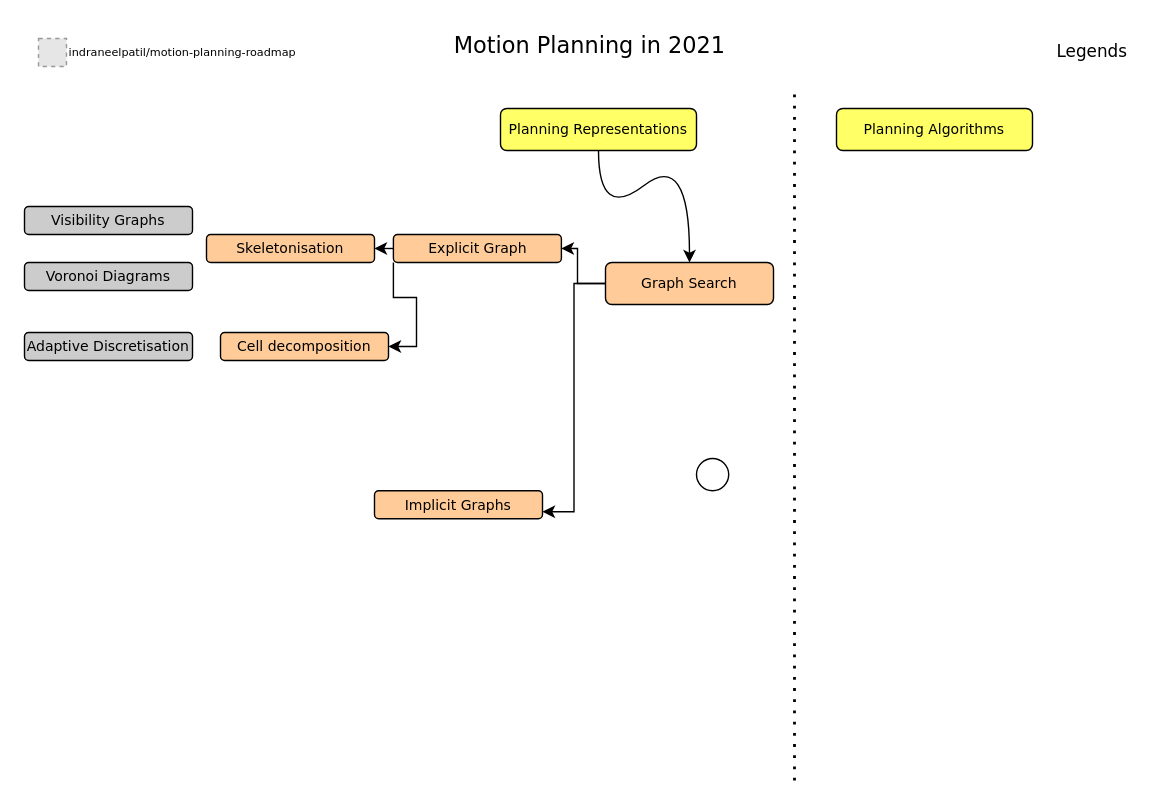
Earlier version of the draw.io diagram Untitled Diagram.drawio (indraneelpatil/motion-planning-roadmap). Source tidied: cells renumbered, new cells numbered last; positions are measured from the earlier drawing's top-left corner, leaving out a move shared by most shapes. Both pictures are drawn from the tidied source at 140%, with x=0, y=0 at pixel (24, 24). Pictures stored in the file or linked from it are replaced by grey dashed boxes.
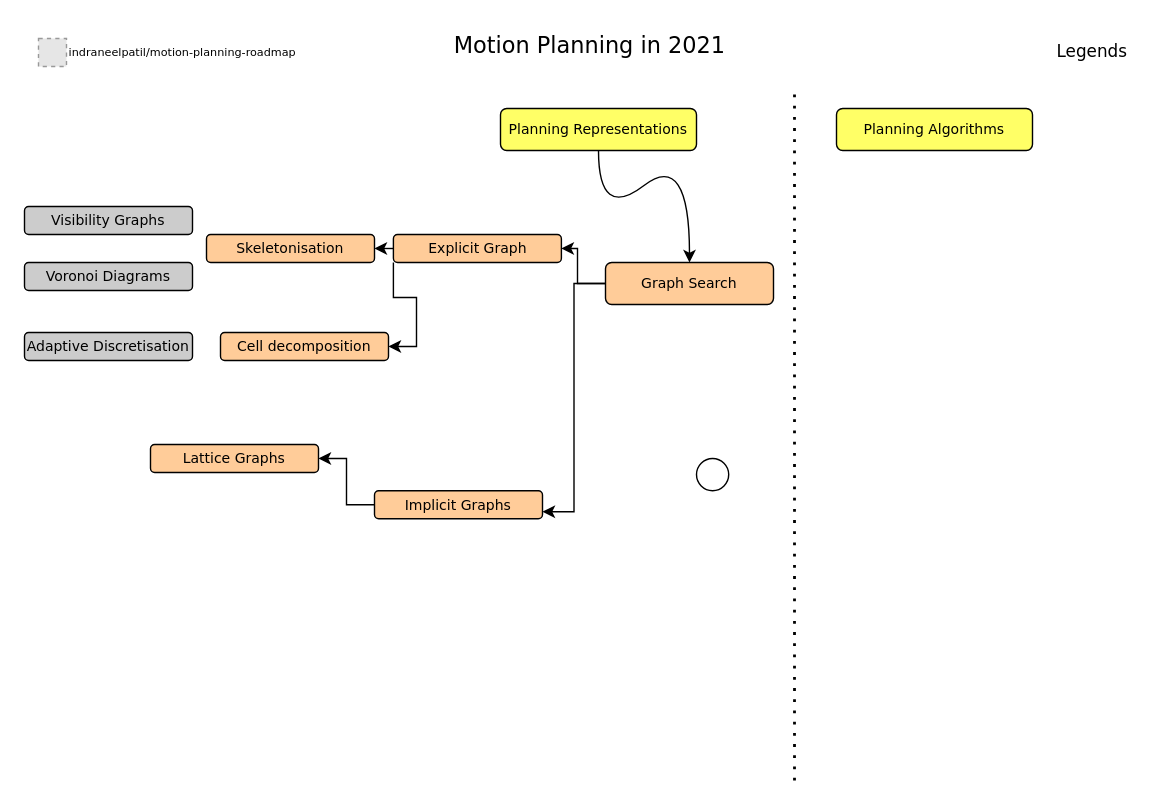
The same page after the edit.

The change refers to these unchanged cells:
```xml
<mxCell id="15" value="Implicit Graphs" style="rounded=1;whiteSpace=wrap;html=1;comic=0;fontFamily=Verdana;fontSize=10;fillColor=#FFCC99;" parent="1" vertex="1">
  <mxGeometry x="250" y="333" width="120" height="20" as="geometry" />
</mxCell>
```

Diff of the diagram source:
```diff
@@
+    <mxCell id="23" style="edgeStyle=orthogonalEdgeStyle;rounded=0;jettySize=auto;html=1;entryX=1;entryY=0.5;entryDx=0;entryDy=0;" parent="1" edge="1" source="15" target="24">
+      <mxGeometry relative="1" as="geometry" />
+    </mxCell>
@@
+    <mxCell id="24" value="Lattice Graphs" style="rounded=1;whiteSpace=wrap;html=1;comic=0;fontFamily=Verdana;fontSize=10;fillColor=#FFCC99;" parent="1" vertex="1">
+      <mxGeometry x="90" y="300" width="120" height="20" as="geometry" />
+    </mxCell>
```
